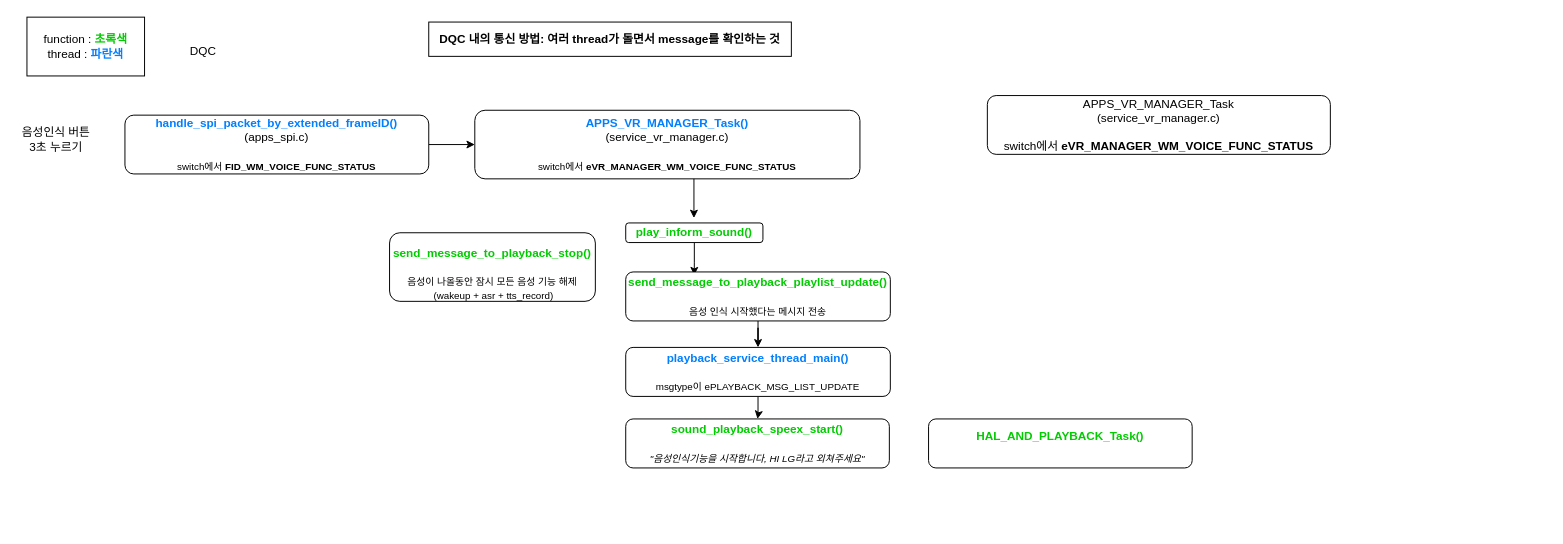
kimoginsteven/misc keeps this draw.io diagram as lets go.drawio. Above is the earlier version. Source tidied: cells renumbered, new cells numbered last; positions are measured from the earlier drawing's top-left corner, leaving out a move shared by most shapes. Both pictures are drawn from the tidied source at 98%, with x=0, y=0 at pixel (17, 17).
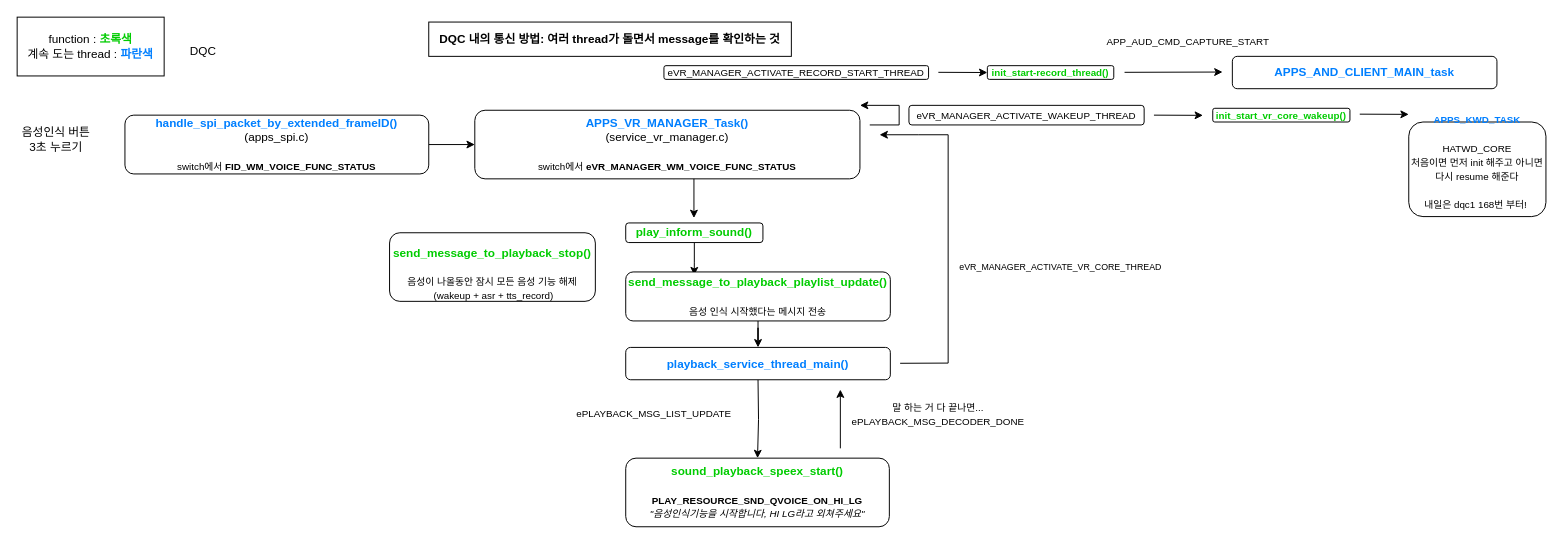
The same page after the edit.

The edit, as a diff of the source:
```diff
@@
-    <mxCell id="7" value="APPS_VR_MANAGER_Task&lt;br&gt;(service_vr_manager.c)&lt;br&gt;&lt;br&gt;switch에서 &lt;b&gt;eVR_MANAGER_WM_VOICE_FUNC_STATUS&lt;/b&gt;" style="rounded=1;whiteSpace=wrap;html=1;" parent="1" vertex="1">
-      <mxGeometry x="990" y="80" width="350" height="60" as="geometry" />
-    </mxCell>
@@
-    <mxCell id="9" value="function : &lt;b style=&quot;color: rgb(0, 204, 0);&quot;&gt;초록색&lt;br&gt;&lt;/b&gt;thread :&lt;font color=&quot;#00cc00&quot;&gt; &lt;/font&gt;&lt;font color=&quot;#007fff&quot;&gt;&lt;b&gt;파란색&lt;/b&gt;&lt;/font&gt;" style="rounded=0;whiteSpace=wrap;html=1;" parent="1" vertex="1">
-      <mxGeometry x="10" width="120" height="60" as="geometry" />
+    <mxCell id="9" value="function : &lt;b style=&quot;color: rgb(0, 204, 0);&quot;&gt;초록색&lt;br&gt;&lt;/b&gt;계속 도는 thread :&lt;font color=&quot;#00cc00&quot;&gt; &lt;/font&gt;&lt;font color=&quot;#007fff&quot;&gt;&lt;b&gt;파란색&lt;/b&gt;&lt;/font&gt;" style="rounded=0;whiteSpace=wrap;html=1;" parent="1" vertex="1">
+      <mxGeometry width="150" height="60" as="geometry" />
     </mxCell>
@@
-    <mxCell id="15" style="edgeStyle=orthogonalEdgeStyle;rounded=0;jettySize=auto;html=1;entryX=0.5;entryY=0;entryDx=0;entryDy=0;" parent="1" edge="1" source="16" target="17">
-      <mxGeometry relative="1" as="geometry" />
+    <mxCell id="15" style="edgeStyle=orthogonalEdgeStyle;rounded=0;orthogonalLoop=1;jettySize=auto;html=1;entryX=0.5;entryY=0;entryDx=0;entryDy=0;" parent="1" edge="1">
+      <mxGeometry relative="1" as="geometry">
+        <mxPoint x="756" y="370" as="sourcePoint" />
+        <mxPoint x="755.5" y="450" as="targetPoint" />
+      </mxGeometry>
     </mxCell>
-    <mxCell id="16" value="&lt;b&gt;&lt;font color=&quot;#007fff&quot;&gt;playback_service_thread_main()&lt;br&gt;&lt;/font&gt;&lt;/b&gt;&lt;br&gt;&lt;span style=&quot;font-size: 10px;&quot;&gt;msgtype이 ePLAYBACK_MSG_LIST_UPDATE&lt;/span&gt;" style="rounded=1;whiteSpace=wrap;html=1;" parent="1" vertex="1">
-      <mxGeometry x="621" y="337" width="270" height="50" as="geometry" />
+    <mxCell id="16" value="&lt;b&gt;&lt;font color=&quot;#007fff&quot;&gt;playback_service_thread_main()&lt;/font&gt;&lt;/b&gt;" style="rounded=1;whiteSpace=wrap;html=1;" parent="1" vertex="1">
+      <mxGeometry x="621" y="337" width="270" height="33" as="geometry" />
     </mxCell>
-    <mxCell id="17" value="&lt;b style=&quot;color: rgb(0, 204, 0);&quot;&gt;sound_playback_speex_start()&lt;/b&gt;&lt;br&gt;&lt;br&gt;&lt;span style=&quot;font-size: 10px;&quot;&gt;&lt;i&gt;&quot;음성인식기능을 시작합니다, HI LG라고 외쳐주세요&quot;&lt;/i&gt;&lt;/span&gt;" style="rounded=1;whiteSpace=wrap;html=1;" parent="1" vertex="1">
-      <mxGeometry x="621" y="410" width="269" height="50" as="geometry" />
+    <mxCell id="17" value="&lt;b style=&quot;color: rgb(0, 204, 0);&quot;&gt;sound_playback_speex_start()&lt;/b&gt;&lt;br&gt;&lt;br&gt;&lt;b&gt;&lt;font style=&quot;font-size: 10px;&quot;&gt;PLAY_RESOURCE_SND_QVOICE_ON_HI_LG&lt;/font&gt;&lt;/b&gt;&lt;br&gt;&lt;span style=&quot;font-size: 10px;&quot;&gt;&lt;i&gt;&quot;음성인식기능을 시작합니다, HI LG라고 외쳐주세요&quot;&lt;/i&gt;&lt;/span&gt;" style="rounded=1;whiteSpace=wrap;html=1;" parent="1" vertex="1">
+      <mxGeometry x="621" y="450" width="269" height="70" as="geometry" />
     </mxCell>
@@
-    <mxCell id="19" value="&lt;b style=&quot;color: rgb(0, 204, 0);&quot;&gt;HAL_AND_PLAYBACK_Task()&lt;/b&gt;&lt;br&gt;&lt;br&gt;" style="rounded=1;whiteSpace=wrap;html=1;" parent="1" vertex="1">
-      <mxGeometry x="930" y="410" width="269" height="50" as="geometry" />
-    </mxCell>
+    <mxCell id="20" value="&lt;font style=&quot;font-size: 10px;&quot;&gt;ePLAYBACK_MSG_LIST_UPDATE&lt;/font&gt;" style="text;html=1;strokeColor=none;fillColor=none;align=center;verticalAlign=middle;whiteSpace=wrap;rounded=0;" parent="1" vertex="1">
+      <mxGeometry x="550" y="390" width="200" height="30" as="geometry" />
+    </mxCell>
+    <mxCell id="21" value="&lt;font style=&quot;font-size: 10px;&quot;&gt;말 하는 거 다 끝나면...&lt;br&gt;ePLAYBACK_MSG_DECODER_DONE&lt;/font&gt;" style="text;html=1;strokeColor=none;fillColor=none;align=center;verticalAlign=middle;whiteSpace=wrap;rounded=0;" parent="1" vertex="1">
+      <mxGeometry x="840" y="390" width="200" height="30" as="geometry" />
+    </mxCell>
+    <mxCell id="22" style="endArrow=classic;html=1;rounded=0;" parent="1" edge="1">
+      <mxGeometry relative="1" as="geometry">
+        <mxPoint x="840" y="440" as="sourcePoint" />
+        <mxPoint x="840" y="380" as="targetPoint" />
+      </mxGeometry>
+    </mxCell>
+    <mxCell id="23" style="endArrow=classic;html=1;rounded=0;" parent="1" edge="1">
+      <mxGeometry relative="1" as="geometry">
+        <mxPoint x="901" y="353.2" as="sourcePoint" />
+        <mxPoint x="880" y="120" as="targetPoint" />
+        <Array as="points">
+          <mxPoint x="950" y="353" />
+          <mxPoint x="950" y="120" />
+          <mxPoint x="920" y="120" />
+        </Array>
+      </mxGeometry>
+    </mxCell>
+    <mxCell id="24" value="&lt;font style=&quot;font-size: 9px;&quot;&gt;eVR_MANAGER_ACTIVATE_VR_CORE_THREAD&lt;/font&gt;" style="text;html=1;strokeColor=none;fillColor=none;align=center;verticalAlign=middle;whiteSpace=wrap;rounded=0;" parent="1" vertex="1">
+      <mxGeometry x="940" y="240" width="250" height="30" as="geometry" />
+    </mxCell>
+    <mxCell id="25" style="endArrow=classic;html=1;rounded=0;" parent="1" edge="1">
+      <mxGeometry relative="1" as="geometry">
+        <mxPoint x="870" y="110" as="sourcePoint" />
+        <mxPoint x="860" y="90" as="targetPoint" />
+        <Array as="points">
+          <mxPoint x="900" y="110" />
+          <mxPoint x="900" y="90" />
+        </Array>
+      </mxGeometry>
+    </mxCell>
+    <mxCell id="26" value="&lt;font style=&quot;font-size: 10px;&quot;&gt;eVR_MANAGER_ACTIVATE_WAKEUP_THREAD&lt;/font&gt;" style="rounded=1;whiteSpace=wrap;html=1;" parent="1" vertex="1">
+      <mxGeometry x="910" y="90" width="240" height="20" as="geometry" />
+    </mxCell>
+    <mxCell id="27" value="&lt;font style=&quot;font-size: 10px;&quot;&gt;eVR_MANAGER_ACTIVATE_RECORD_START_THREAD&lt;/font&gt;" style="rounded=1;whiteSpace=wrap;html=1;" parent="1" vertex="1">
+      <mxGeometry x="660" y="49.5" width="270" height="14" as="geometry" />
+    </mxCell>
+    <mxCell id="28" value="&lt;font color=&quot;#007fff&quot;&gt;&lt;b&gt;APPS_AND_CLIENT_MAIN_task&lt;/b&gt;&lt;/font&gt;" style="rounded=1;whiteSpace=wrap;html=1;" parent="1" vertex="1">
+      <mxGeometry x="1240" y="40" width="270" height="33" as="geometry" />
+    </mxCell>
+    <mxCell id="29" value="&lt;font size=&quot;1&quot;&gt;APP_AUD_CMD_CAPTURE_START&lt;/font&gt;" style="text;html=1;strokeColor=none;fillColor=none;align=center;verticalAlign=middle;whiteSpace=wrap;rounded=0;" parent="1" vertex="1">
+      <mxGeometry x="1070" y="10" width="250" height="30" as="geometry" />
+    </mxCell>
+    <mxCell id="30" style="endArrow=classic;html=1;rounded=0;" parent="1" edge="1">
+      <mxGeometry relative="1" as="geometry">
+        <mxPoint x="1130" y="56.3" as="sourcePoint" />
+        <mxPoint x="1230" y="56" as="targetPoint" />
+      </mxGeometry>
+    </mxCell>
+    <mxCell id="31" value="&lt;span style=&quot;font-size: 10px;&quot;&gt;&lt;font color=&quot;#00cc00&quot;&gt;&lt;b&gt;init_start-record_thread()&lt;/b&gt;&lt;/font&gt;&lt;/span&gt;" style="rounded=1;whiteSpace=wrap;html=1;" parent="1" vertex="1">
+      <mxGeometry x="990" y="49.5" width="129" height="14" as="geometry" />
+    </mxCell>
+    <mxCell id="32" style="endArrow=classic;html=1;rounded=0;" parent="1" edge="1">
+      <mxGeometry relative="1" as="geometry">
+        <mxPoint x="940" y="56.3" as="sourcePoint" />
+        <mxPoint x="990" y="56.5" as="targetPoint" />
+      </mxGeometry>
+    </mxCell>
+    <mxCell id="33" value="&lt;span style=&quot;font-size: 10px;&quot;&gt;&lt;font color=&quot;#00cc00&quot;&gt;&lt;b&gt;init_start_vr_core_wakeup()&lt;/b&gt;&lt;/font&gt;&lt;/span&gt;" style="rounded=1;whiteSpace=wrap;html=1;" parent="1" vertex="1">
+      <mxGeometry x="1220" y="93" width="140" height="14" as="geometry" />
+    </mxCell>
+    <mxCell id="34" style="endArrow=classic;html=1;rounded=0;" parent="1" edge="1">
+      <mxGeometry relative="1" as="geometry">
+        <mxPoint x="1160" y="100" as="sourcePoint" />
+        <mxPoint x="1210" y="100.2" as="targetPoint" />
+      </mxGeometry>
+    </mxCell>
+    <mxCell id="35" style="endArrow=classic;html=1;rounded=0;" parent="1" edge="1">
+      <mxGeometry relative="1" as="geometry">
+        <mxPoint x="1370" y="99" as="sourcePoint" />
+        <mxPoint x="1420" y="99.2" as="targetPoint" />
+      </mxGeometry>
+    </mxCell>
+    <mxCell id="36" value="&lt;font style=&quot;font-size: 10px;&quot;&gt;&lt;b style=&quot;color: rgb(0, 127, 255);&quot;&gt;APPS_KWD_TASK&lt;/b&gt;&lt;br&gt;&lt;br&gt;HATWD_CORE&lt;br&gt;처음이면 먼저 init 해주고 아니면 다시 resume 해준다&lt;br&gt;&lt;br&gt;내일은 dqc1 168번 부터!&amp;nbsp;&lt;br&gt;&lt;br&gt;&lt;/font&gt;" style="rounded=1;whiteSpace=wrap;html=1;" parent="1" vertex="1">
+      <mxGeometry x="1420" y="107" width="140" height="96.5" as="geometry" />
+    </mxCell>
```
